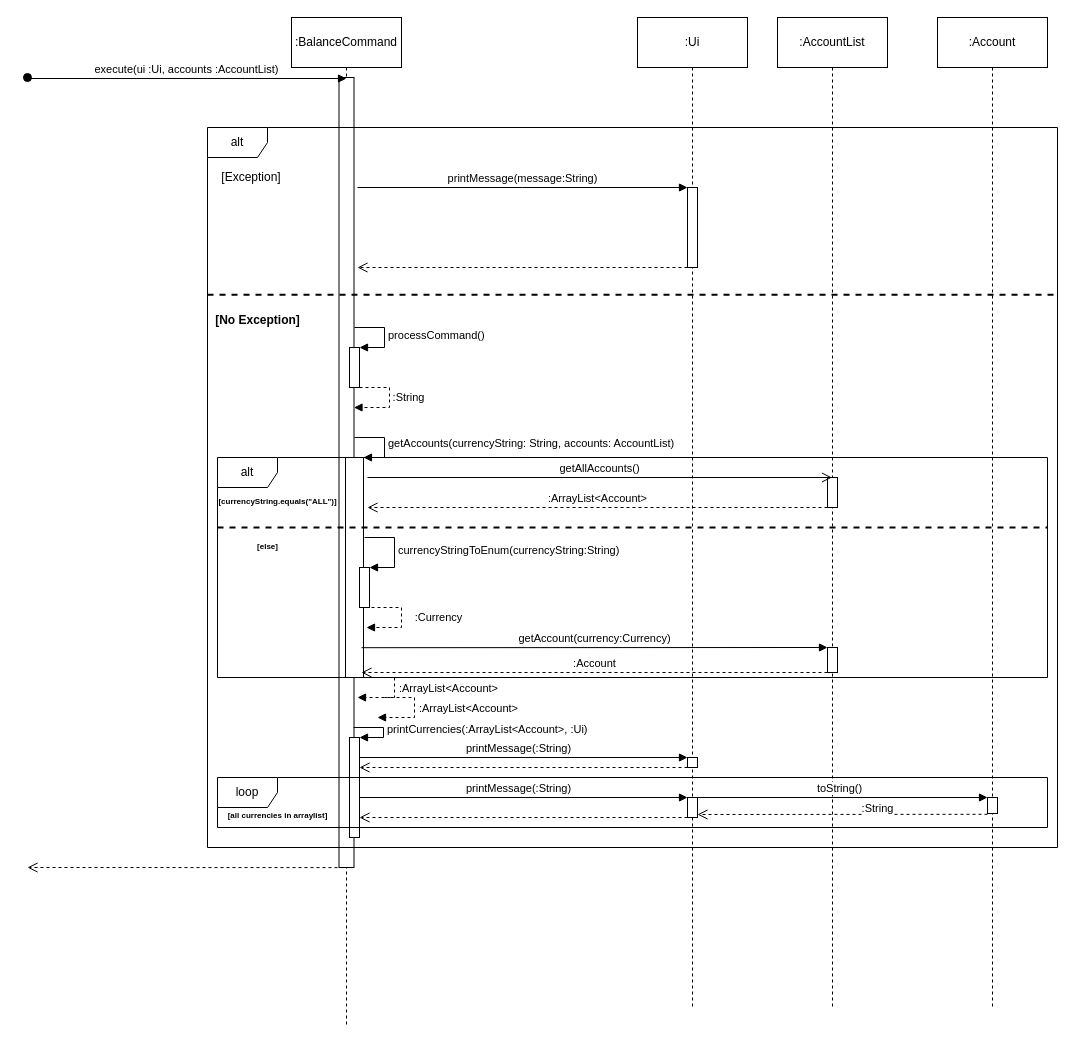
woowenjun99/tp keeps this draw.io diagram as docs/diagrams/Balance.drawio. Above is the earlier version. Source tidied: cells renumbered, new cells numbered last; positions are measured from the earlier drawing's top-left corner, leaving out a move shared by most shapes. Both pictures are drawn from the tidied source at 100%, with x=0, y=0 at pixel (27, 17).
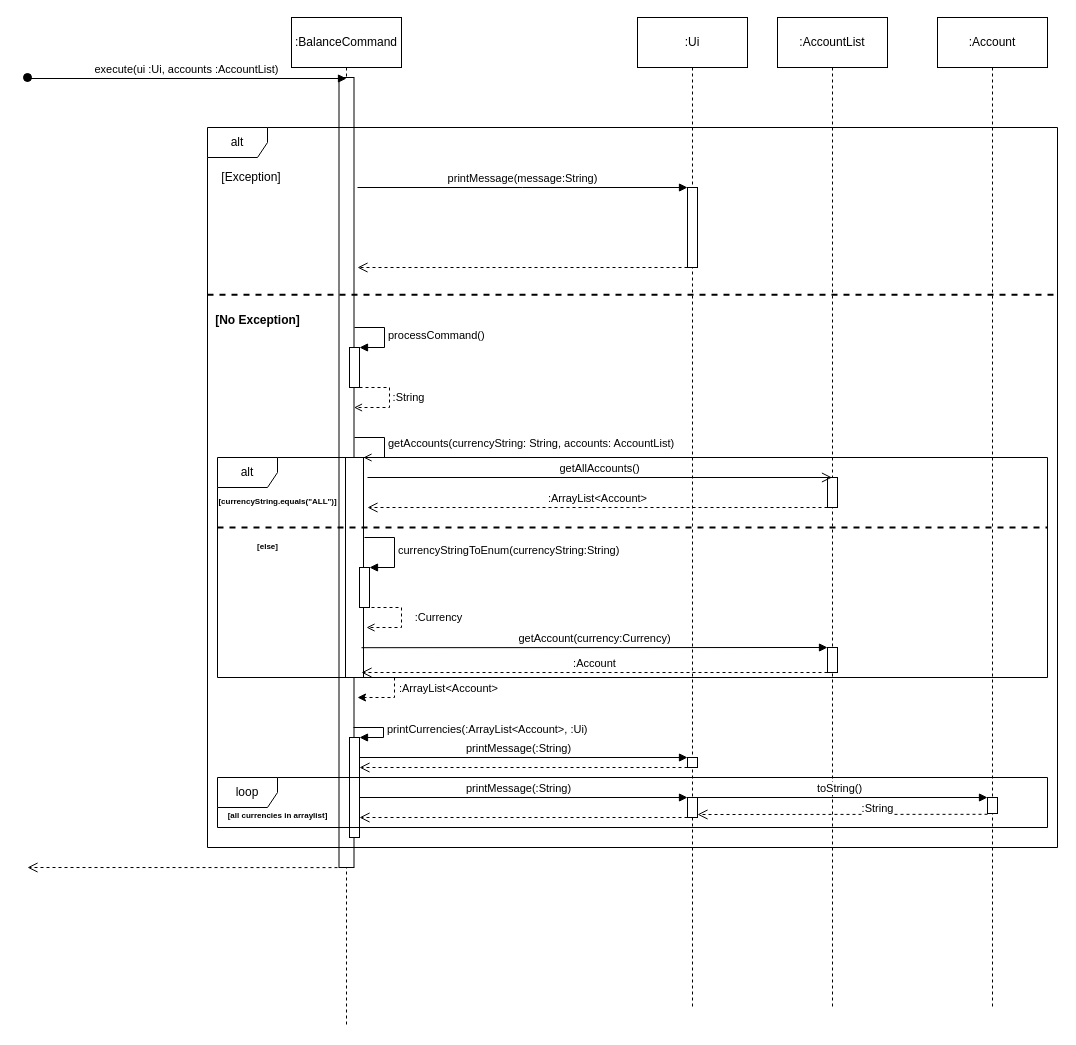
Above is the later version.

Commit message (it also covers changes not shown here):
Convert the arrowhead to pointy

The change refers to these unchanged cells:
```xml
<mxCell id="3" style="html=1;points=[];perimeter=orthogonalPerimeter;outlineConnect=0;targetShapes=umlLifeline;portConstraint=eastwest;newEdgeStyle={&quot;edgeStyle&quot;:&quot;elbowEdgeStyle&quot;,&quot;elbow&quot;:&quot;vertical&quot;,&quot;curved&quot;:0,&quot;rounded&quot;:0};" parent="2" vertex="1">
  <mxGeometry x="12.5" y="50" width="15" height="790" as="geometry" />
</mxCell>
<mxCell id="4" style="html=1;points=[];perimeter=orthogonalPerimeter;outlineConnect=0;targetShapes=umlLifeline;portConstraint=eastwest;newEdgeStyle={&quot;edgeStyle&quot;:&quot;elbowEdgeStyle&quot;,&quot;elbow&quot;:&quot;vertical&quot;,&quot;curved&quot;:0,&quot;rounded&quot;:0};" parent="2" vertex="1">
  <mxGeometry x="19" y="430" width="18" height="220" as="geometry" />
</mxCell>
```

The edit, as a diff of the source:
```diff
@@
-    <mxCell id="18" style="html=1;align=left;spacingLeft=2;endArrow=block;rounded=0;edgeStyle=orthogonalEdgeStyle;curved=0;rounded=0;dashed=1;" parent="1" edge="1" target="3">
+    <mxCell id="18" style="html=1;align=left;spacingLeft=2;endArrow=open;rounded=0;edgeStyle=orthogonalEdgeStyle;curved=0;rounded=0;dashed=1;endFill=0;" parent="1" edge="1" target="3">
       <mxGeometry relative="1" as="geometry">
         <mxPoint x="332" y="370" as="sourcePoint" />
         <Array as="points">
           <mxPoint x="362" y="370" />
           <mxPoint x="362" y="390" />
         </Array>
       </mxGeometry>
     </mxCell>
@@
-    <mxCell id="20" value="getAccounts(currencyString: String, accounts: AccountList)" style="html=1;align=left;spacingLeft=2;endArrow=block;rounded=0;edgeStyle=orthogonalEdgeStyle;curved=0;rounded=0;" parent="1" edge="1" target="4">
+    <mxCell id="20" value="getAccounts(currencyString: String, accounts: AccountList)" style="html=1;align=left;spacingLeft=2;endArrow=open;rounded=0;edgeStyle=orthogonalEdgeStyle;curved=0;rounded=0;endFill=0;" parent="1" edge="1" target="4">
       <mxGeometry relative="1" as="geometry">
         <mxPoint x="327" y="420" as="sourcePoint" />
         <Array as="points">
           <mxPoint x="357" y="420" />
           <mxPoint x="357" y="440" />
         </Array>
       </mxGeometry>
     </mxCell>
@@
-    <mxCell id="32" style="html=1;align=left;spacingLeft=2;endArrow=block;rounded=0;edgeStyle=orthogonalEdgeStyle;curved=0;rounded=0;dashed=1;" parent="1" edge="1">
+    <mxCell id="32" style="html=1;align=left;spacingLeft=2;endArrow=open;rounded=0;edgeStyle=orthogonalEdgeStyle;curved=0;rounded=0;dashed=1;endFill=0;" parent="1" edge="1">
       <mxGeometry relative="1" as="geometry">
         <mxPoint x="344" y="590" as="sourcePoint" />
         <mxPoint x="339" y="610" as="targetPoint" />
         <Array as="points">
           <mxPoint x="374" y="590" />
           <mxPoint x="374" y="610" />
         </Array>
       </mxGeometry>
     </mxCell>
@@
-    <mxCell id="34" style="html=1;align=left;spacingLeft=2;endArrow=block;rounded=0;edgeStyle=orthogonalEdgeStyle;curved=0;rounded=0;dashed=1;" parent="1" edge="1">
+    <mxCell id="34" style="html=1;align=left;spacingLeft=2;endArrow=classic;rounded=0;edgeStyle=orthogonalEdgeStyle;curved=0;rounded=0;dashed=1;endFill=1;" parent="1" edge="1">
       <mxGeometry relative="1" as="geometry">
         <mxPoint x="337" y="660" as="sourcePoint" />
         <mxPoint x="330" y="680" as="targetPoint" />
         <Array as="points">
           <mxPoint x="367" y="660" />
           <mxPoint x="367" y="680" />
         </Array>
       </mxGeometry>
     </mxCell>
@@
-    <mxCell id="51" style="html=1;align=left;spacingLeft=2;endArrow=block;rounded=0;edgeStyle=orthogonalEdgeStyle;curved=0;rounded=0;dashed=1;" parent="1" edge="1">
-      <mxGeometry relative="1" as="geometry">
-        <mxPoint x="357" y="680" as="sourcePoint" />
-        <mxPoint x="350" y="700" as="targetPoint" />
-        <Array as="points">
-          <mxPoint x="387" y="680" />
-          <mxPoint x="387" y="700" />
-        </Array>
-      </mxGeometry>
-    </mxCell>
-    <mxCell id="52" value=":ArrayList&amp;lt;Account&amp;gt;" style="edgeLabel;html=1;align=center;verticalAlign=middle;" parent="51" vertex="1">
-      <mxGeometry x="-0.08" y="-1" relative="1" as="geometry">
-        <mxPoint x="54" as="offset" />
-      </mxGeometry>
-    </mxCell>
```
